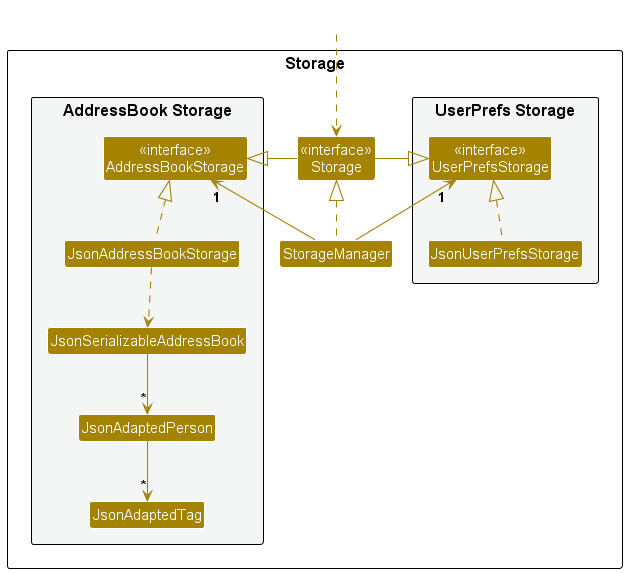
Above: docs/images/StorageClassDiagram.png in nus-cs2103-AY2324S2/tp (PlantUML), before the change.
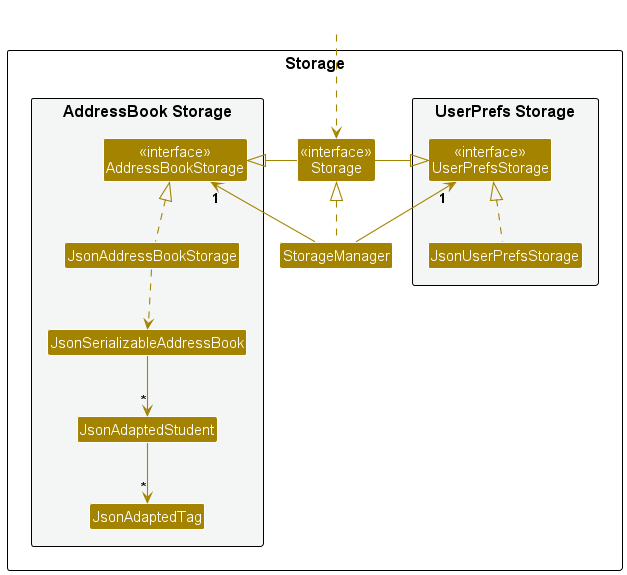
Later version of the same file.

The edit, as a diff of the source:
```diff
@@ -18,7 +18,7 @@
 Class "<<interface>>\nAddressBookStorage" as AddressBookStorage
 Class JsonAddressBookStorage
 Class JsonSerializableAddressBook
-Class JsonAdaptedPerson
+Class JsonAdaptedStudent
 Class JsonAdaptedTag
 }
 
@@ -37,7 +37,7 @@
 JsonUserPrefsStorage .up.|> UserPrefsStorage
 JsonAddressBookStorage .up.|> AddressBookStorage
 JsonAddressBookStorage ..> JsonSerializableAddressBook
-JsonSerializableAddressBook --> "*" JsonAdaptedPerson
-JsonAdaptedPerson --> "*" JsonAdaptedTag
+JsonSerializableAddressBook --> "*" JsonAdaptedStudent
+JsonAdaptedStudent --> "*" JsonAdaptedTag
 
 @enduml
```
